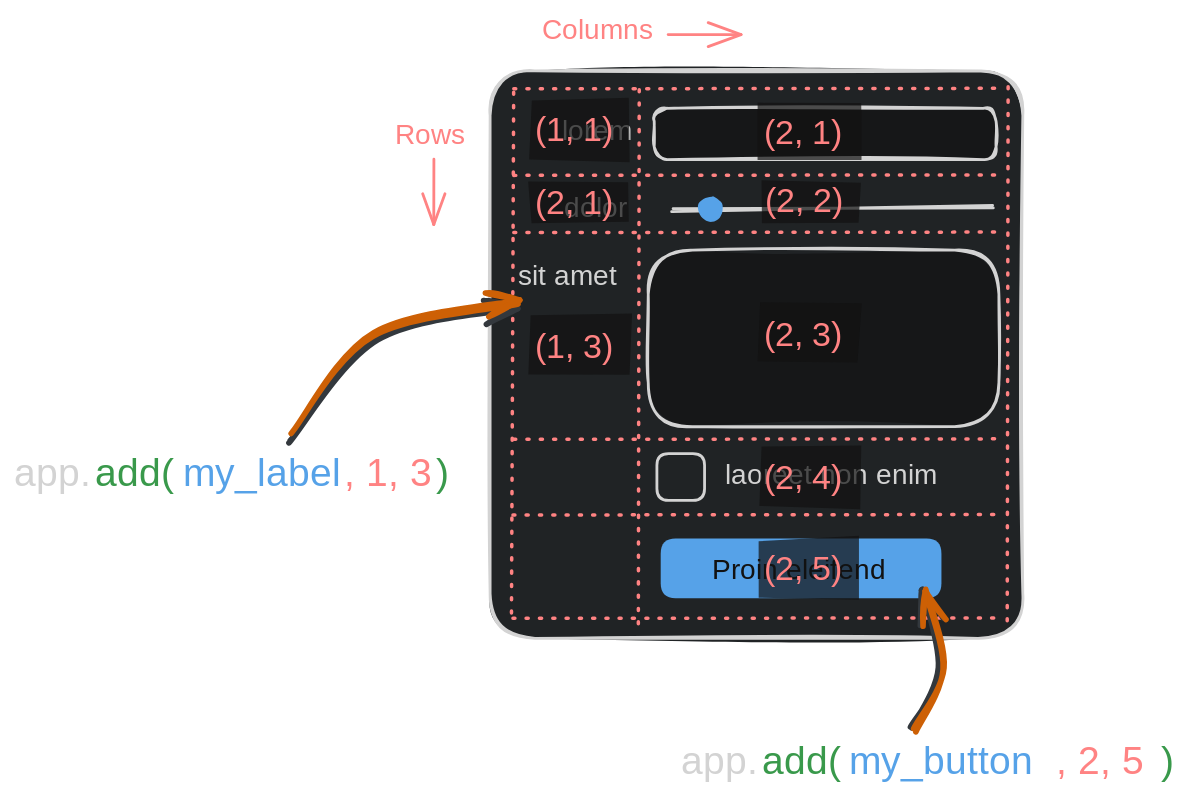
This is public/images/layout/layout-grid-coordinates_dark.svg from adamantonio/GooeyPie-Docs, a Excalidraw export, as it was before one commit. Source tidied: one line per element, renumbered; positions are measured from the earlier drawing's top-left corner, leaving out a move shared by most shapes.
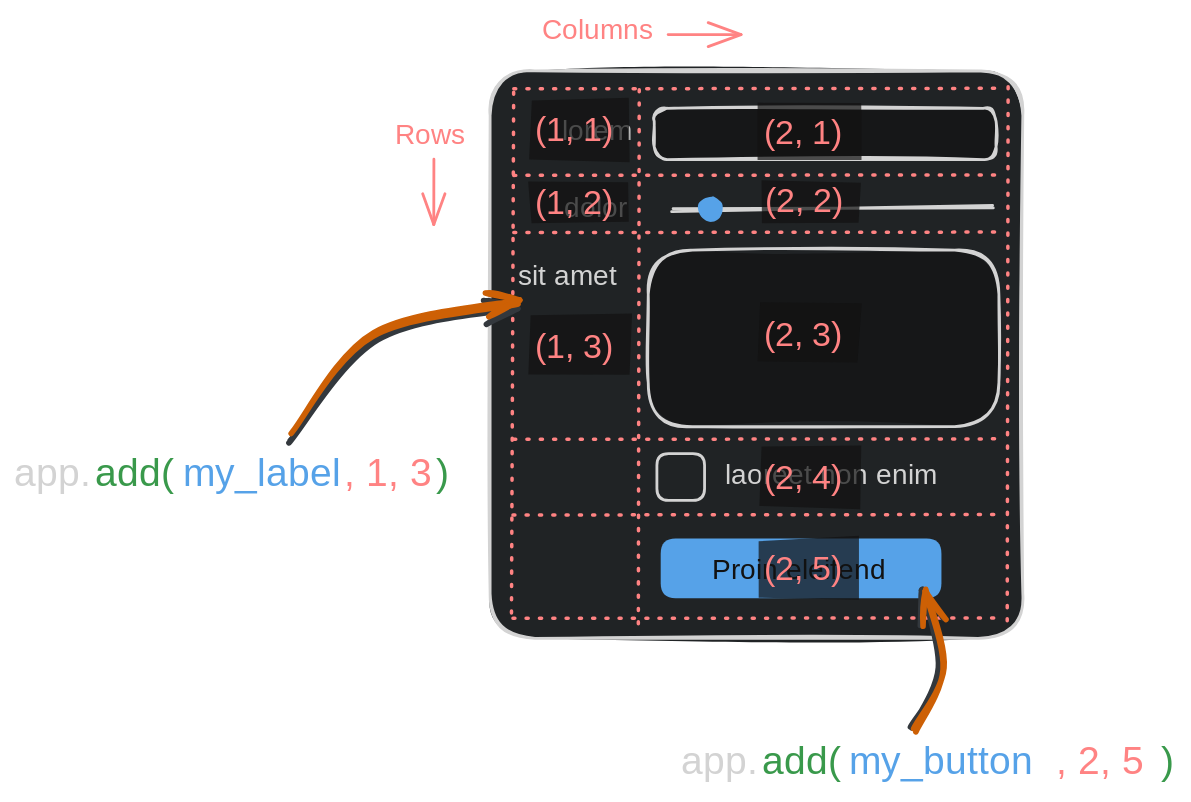
After the change.

The edit, as a diff of the source:
```diff
@@ -28,7 +28,7 @@
 {"id": 27, "type": "rectangle", "strokeColor": "transparent", "backgroundColor": "#ffffff", "fillStyle": "solid", "strokeWidth": 4, "roughness": 1, "opacity": 70, "x": 369, "y": 120, "width": 71, "height": 30}
 {"id": 28, "type": "text", "text": "(1, 1)", "strokeColor": "#e03131", "backgroundColor": "#846358", "fillStyle": "solid", "strokeWidth": 4, "roughness": 1, "fontSize": 24.09, "fontFamily": 5, "x": 372, "y": 70, "width": 57, "height": 30}
 {"id": 29, "type": "text", "text": "(1, 3)", "strokeColor": "#e03131", "backgroundColor": "#846358", "fillStyle": "solid", "strokeWidth": 4, "roughness": 1, "fontSize": 24.09, "fontFamily": 5, "x": 372, "y": 225, "width": 61, "height": 30}
-{"id": 30, "type": "text", "text": "(2, 1)", "strokeColor": "#e03131", "backgroundColor": "#846358", "fillStyle": "solid", "strokeWidth": 4, "roughness": 1, "fontSize": 24.09, "fontFamily": 5, "x": 372, "y": 122, "width": 63, "height": 30}
+{"id": 30, "type": "text", "text": "(1, 2)", "strokeColor": "#e03131", "backgroundColor": "#846358", "fillStyle": "solid", "strokeWidth": 4, "roughness": 1, "fontSize": 24.09, "fontFamily": 5, "x": 372, "y": 122, "width": 63, "height": 30}
 {"id": 31, "type": "rectangle", "strokeColor": "transparent", "backgroundColor": "#ffffff", "fillStyle": "solid", "strokeWidth": 4, "roughness": 1, "opacity": 70, "x": 533, "y": 63, "width": 71, "height": 43}
 {"id": 32, "type": "rectangle", "strokeColor": "transparent", "backgroundColor": "#ffffff", "fillStyle": "solid", "strokeWidth": 4, "roughness": 1, "opacity": 70, "x": 533, "y": 207, "width": 71, "height": 43}
 {"id": 33, "type": "rectangle", "strokeColor": "transparent", "backgroundColor": "#ffffff", "fillStyle": "solid", "strokeWidth": 4, "roughness": 1, "opacity": 70, "x": 533, "y": 309, "width": 71, "height": 43}
```
